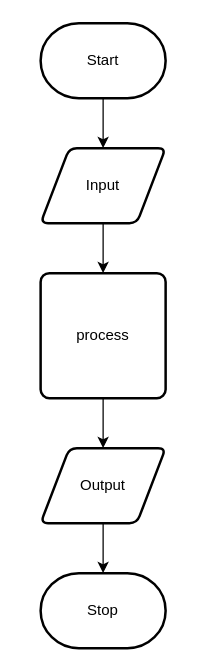
Earlier version of the draw.io diagram design/flow-chart.drawio (Liya-Getachew/ICS2O-Unit6-02-cookie-clicker). Source tidied: cells renumbered, new cells numbered last; positions are measured from the earlier drawing's top-left corner, leaving out a move shared by most shapes. Both pictures are drawn from the tidied source at 125%, with x=0, y=0 at pixel (40, 22).
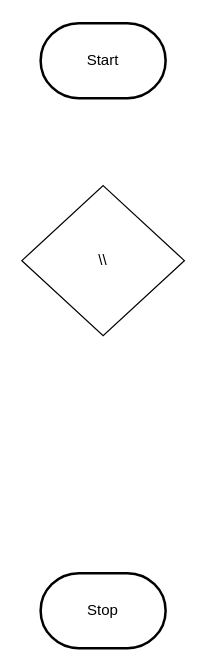
The same diagram, later.

The edit, as a diff of the source:
```diff
@@
 <mxGraphModel>
   <root>
     <mxCell id="0" />
     <mxCell id="1" parent="0" />
-    <mxCell id="2" style="edgeStyle=none;html=1;" parent="1" edge="1" source="3" target="5">
-      <mxGeometry relative="1" as="geometry" />
-    </mxCell>
     <mxCell id="3" value="Start" style="strokeWidth=2;html=1;shape=mxgraph.flowchart.terminator;whiteSpace=wrap;" parent="1" vertex="1">
       <mxGeometry width="100" height="60" as="geometry" />
     </mxCell>
-    <mxCell id="4" style="edgeStyle=none;html=1;" parent="1" edge="1" source="5" target="7">
-      <mxGeometry relative="1" as="geometry" />
-    </mxCell>
-    <mxCell id="5" value="Input" style="shape=parallelogram;html=1;strokeWidth=2;perimeter=parallelogramPerimeter;whiteSpace=wrap;rounded=1;arcSize=12;size=0.23;" parent="1" vertex="1">
-      <mxGeometry y="100" width="100" height="60" as="geometry" />
-    </mxCell>
-    <mxCell id="6" style="edgeStyle=none;html=1;" parent="1" edge="1" source="7" target="9">
-      <mxGeometry relative="1" as="geometry" />
-    </mxCell>
-    <mxCell id="7" value="process" style="rounded=1;whiteSpace=wrap;html=1;absoluteArcSize=1;arcSize=14;strokeWidth=2;" parent="1" vertex="1">
-      <mxGeometry y="200" width="100" height="100" as="geometry" />
-    </mxCell>
-    <mxCell id="8" style="edgeStyle=none;html=1;" parent="1" edge="1" source="9" target="10">
-      <mxGeometry relative="1" as="geometry" />
-    </mxCell>
-    <mxCell id="9" value="Output" style="shape=parallelogram;html=1;strokeWidth=2;perimeter=parallelogramPerimeter;whiteSpace=wrap;rounded=1;arcSize=12;size=0.23;" parent="1" vertex="1">
-      <mxGeometry y="340" width="100" height="60" as="geometry" />
-    </mxCell>
     <mxCell id="10" value="Stop" style="strokeWidth=2;html=1;shape=mxgraph.flowchart.terminator;whiteSpace=wrap;" parent="1" vertex="1">
       <mxGeometry y="440" width="100" height="60" as="geometry" />
     </mxCell>
+    <mxCell id="11" value="\\" style="rhombus;whiteSpace=wrap;html=1;" parent="1" vertex="1">
+      <mxGeometry x="-15" y="130" width="130" height="120" as="geometry" />
+    </mxCell>
   </root>
 </mxGraphModel>
```
